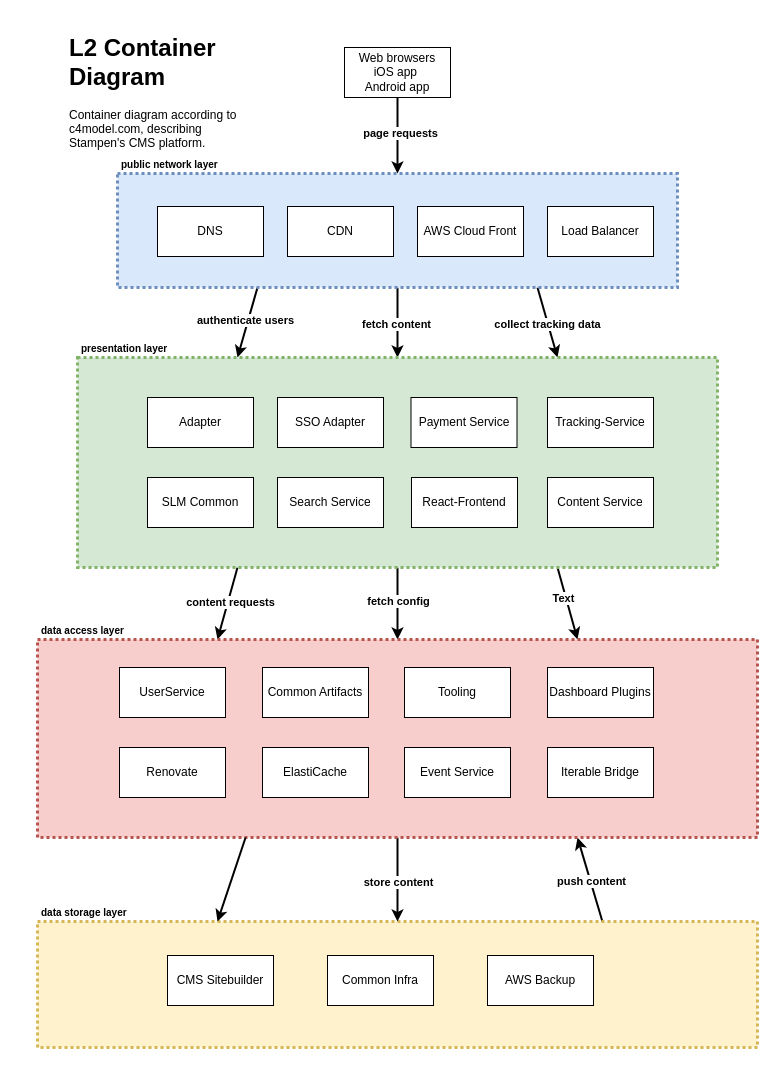
SLM-Development/diagrams keeps this draw.io diagram as L2 component diagram Stampen CMS Platform.drawio. Above is the earlier version. Source tidied: cells renumbered, new cells numbered last; positions are measured from the earlier drawing's top-left corner, leaving out a move shared by most shapes. Both pictures are drawn from the tidied source at 100%, with x=0, y=0 at pixel (37, 27).
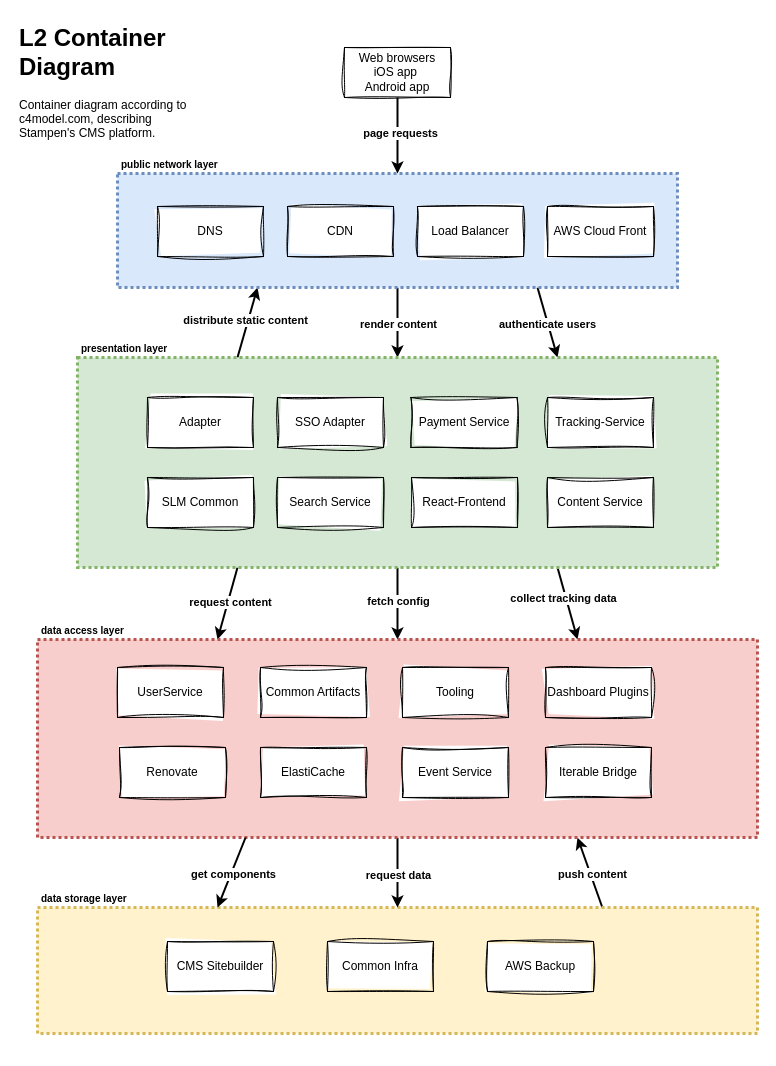
The same diagram, later.

The change refers to these unchanged cells:
```xml
<mxCell id="5" style="edgeStyle=orthogonalEdgeStyle;rounded=0;jettySize=auto;html=1;exitX=0.5;exitY=1;exitDx=0;exitDy=0;entryX=0.5;entryY=0;entryDx=0;entryDy=0;strokeWidth=2;" parent="1" edge="1" source="11" target="18">
  <mxGeometry relative="1" as="geometry" />
</mxCell>
<mxCell id="7" style="rounded=0;jettySize=auto;html=1;exitX=0.75;exitY=1;exitDx=0;exitDy=0;entryX=0.75;entryY=0;entryDx=0;entryDy=0;strokeWidth=2;" parent="1" edge="1" source="11" target="18">
  <mxGeometry relative="1" as="geometry" />
</mxCell>
<mxCell id="11" value="public network layer" style="rounded=0;whiteSpace=wrap;html=1;labelPosition=center;verticalLabelPosition=top;align=left;verticalAlign=bottom;spacingLeft=2;spacingTop=-2;fillColor=#dae8fc;fillStyle=solid;dashed=1;fontSize=10;strokeColor=#6c8ebf;gradientColor=none;fontStyle=1;strokeWidth=3;dashPattern=1 1;" parent="1" vertex="1">
  <mxGeometry x="80" y="146" width="560" height="114" as="geometry" />
</mxCell>
<mxCell id="12" style="rounded=0;jettySize=auto;html=1;exitX=0.25;exitY=1;exitDx=0;exitDy=0;entryX=0.25;entryY=0;entryDx=0;entryDy=0;strokeWidth=2;" parent="1" edge="1" source="18" target="21">
  <mxGeometry relative="1" as="geometry" />
</mxCell>
<mxCell id="16" style="rounded=0;jettySize=auto;html=1;exitX=0.75;exitY=1;exitDx=0;exitDy=0;entryX=0.75;entryY=0;entryDx=0;entryDy=0;strokeWidth=2;" parent="1" edge="1" source="18" target="21">
  <mxGeometry relative="1" as="geometry" />
</mxCell>
<mxCell id="18" value="presentation layer" style="rounded=0;whiteSpace=wrap;html=1;labelPosition=center;verticalLabelPosition=top;align=left;verticalAlign=bottom;spacingLeft=2;spacingTop=-2;fillColor=#d5e8d4;fillStyle=auto;dashed=1;fontSize=10;strokeColor=#82b366;fontStyle=1;strokeWidth=3;dashPattern=1 1;" parent="1" vertex="1">
  <mxGeometry x="40" y="330" width="640" height="210" as="geometry" />
</mxCell>
<mxCell id="19" style="edgeStyle=orthogonalEdgeStyle;rounded=0;jettySize=auto;html=1;exitX=0.5;exitY=1;exitDx=0;exitDy=0;strokeWidth=2;" parent="1" edge="1" source="21" target="4">
  <mxGeometry relative="1" as="geometry" />
</mxCell>
<mxCell id="49" style="rounded=0;jettySize=auto;html=1;exitX=0.289;exitY=1;exitDx=0;exitDy=0;entryX=0.25;entryY=0;entryDx=0;entryDy=0;strokeWidth=2;exitPerimeter=0;" parent="1" edge="1" source="21" target="4">
  <mxGeometry relative="1" as="geometry" />
</mxCell>
```

Change to the diagram source:
```diff
@@
     <mxCell id="4" value="data storage layer" style="rounded=0;whiteSpace=wrap;html=1;labelPosition=center;verticalLabelPosition=top;align=left;verticalAlign=bottom;spacingLeft=2;spacingTop=-2;fillColor=#fff2cc;fillStyle=auto;dashed=1;fontSize=10;strokeColor=#d6b656;fontStyle=1;strokeWidth=3;dashPattern=1 1;" parent="1" vertex="1">
-      <mxGeometry y="894" width="720" height="126" as="geometry" />
+      <mxGeometry y="880" width="720" height="126" as="geometry" />
     </mxCell>
@@
-    <mxCell id="6" value="fetch content" style="edgeLabel;html=1;align=center;verticalAlign=middle;fontStyle=1;" parent="5" vertex="1">
-      <mxGeometry x="0.03" y="-2" relative="1" as="geometry" />
+    <mxCell id="6" value="render content" style="edgeLabel;html=1;align=center;verticalAlign=middle;fontStyle=1;" parent="5" vertex="1">
+      <mxGeometry x="0.03" y="-2" relative="1" as="geometry">
+        <mxPoint x="2" as="offset" />
+      </mxGeometry>
     </mxCell>
@@
-    <mxCell id="8" value="collect tracking data" style="edgeLabel;html=1;align=center;verticalAlign=middle;fontStyle=1;" parent="7" vertex="1">
+    <mxCell id="8" value="authenticate users" style="edgeLabel;html=1;align=center;verticalAlign=middle;fontStyle=1;" parent="7" vertex="1">
       <mxGeometry x="0.05" y="-1" relative="1" as="geometry" />
     </mxCell>
-    <mxCell id="9" style="rounded=0;jettySize=auto;html=1;exitX=0.25;exitY=1;exitDx=0;exitDy=0;entryX=0.25;entryY=0;entryDx=0;entryDy=0;strokeWidth=2;" parent="1" edge="1" source="11" target="18">
+    <mxCell id="9" style="rounded=0;jettySize=auto;html=1;exitX=0.25;exitY=1;exitDx=0;exitDy=0;entryX=0.25;entryY=0;entryDx=0;entryDy=0;strokeWidth=2;startArrow=classic;startFill=1;endArrow=none;" parent="1" edge="1" source="11" target="18">
       <mxGeometry relative="1" as="geometry" />
     </mxCell>
-    <mxCell id="10" value="authenticate users" style="edgeLabel;html=1;align=center;verticalAlign=middle;fontStyle=1;" parent="9" vertex="1">
+    <mxCell id="10" value="distribute static content" style="edgeLabel;html=1;align=center;verticalAlign=middle;fontStyle=1;" parent="9" vertex="1">
       <mxGeometry x="-0.04" y="-3" relative="1" as="geometry" />
     </mxCell>
@@
-    <mxCell id="13" value="content requests" style="edgeLabel;html=1;align=center;verticalAlign=middle;fontStyle=1;" parent="12" vertex="1">
+    <mxCell id="13" value="request content" style="edgeLabel;html=1;align=center;verticalAlign=middle;fontStyle=1;" parent="12" vertex="1">
       <mxGeometry x="-0.06" y="2" relative="1" as="geometry" />
     </mxCell>
@@
-    <mxCell id="17" value="Text" style="edgeLabel;html=1;align=center;verticalAlign=middle;fontStyle=1;" parent="16" vertex="1">
+    <mxCell id="17" value="collect tracking data" style="edgeLabel;html=1;align=center;verticalAlign=middle;fontStyle=1;" parent="16" vertex="1">
       <mxGeometry x="-0.16" y="-3" relative="1" as="geometry" />
     </mxCell>
@@
-    <mxCell id="20" value="&lt;b&gt;store content&lt;/b&gt;" style="edgeLabel;html=1;align=center;verticalAlign=middle;" parent="19" vertex="1">
+    <mxCell id="20" value="&lt;b&gt;request data&lt;/b&gt;" style="edgeLabel;html=1;align=center;verticalAlign=middle;" parent="19" vertex="1">
       <mxGeometry x="0.08" y="1" relative="1" as="geometry">
         <mxPoint x="-1" y="-1" as="offset" />
       </mxGeometry>
     </mxCell>
@@
-    <mxCell id="22" value="SSO Adapter" style="rounded=0;whiteSpace=wrap;html=1;" parent="1" vertex="1">
+    <mxCell id="22" value="SSO Adapter" style="rounded=0;whiteSpace=wrap;html=1;sketch=1;curveFitting=1;jiggle=2;" parent="1" vertex="1">
       <mxGeometry x="240" y="370" width="106" height="50" as="geometry" />
     </mxCell>
-    <mxCell id="23" value="UserService" style="rounded=0;whiteSpace=wrap;html=1;" parent="1" vertex="1">
-      <mxGeometry x="82" y="640" width="106" height="50" as="geometry" />
+    <mxCell id="23" value="UserService" style="rounded=0;whiteSpace=wrap;html=1;strokeWidth=1;sketch=1;curveFitting=1;jiggle=2;" parent="1" vertex="1">
+      <mxGeometry x="80" y="640" width="106" height="50" as="geometry" />
     </mxCell>
-    <mxCell id="24" value="Tracking-Service" style="rounded=0;whiteSpace=wrap;html=1;" parent="1" vertex="1">
+    <mxCell id="24" value="Tracking-Service" style="rounded=0;whiteSpace=wrap;html=1;sketch=1;curveFitting=1;jiggle=2;" parent="1" vertex="1">
       <mxGeometry x="510" y="370" width="106" height="50" as="geometry" />
     </mxCell>
@@
-    <mxCell id="27" value="Web browsers&lt;div&gt;iOS app&amp;nbsp;&lt;/div&gt;&lt;div&gt;Android app&lt;/div&gt;" style="rounded=0;whiteSpace=wrap;html=1;" parent="1" vertex="1">
+    <mxCell id="27" value="Web browsers&lt;div&gt;iOS app&amp;nbsp;&lt;/div&gt;&lt;div&gt;Android app&lt;/div&gt;" style="rounded=0;whiteSpace=wrap;html=1;sketch=1;curveFitting=1;jiggle=2;" parent="1" vertex="1">
       <mxGeometry x="307" y="20" width="106" height="50" as="geometry" />
     </mxCell>
-    <mxCell id="28" value="AWS Cloud Front" style="rounded=0;whiteSpace=wrap;html=1;" parent="1" vertex="1">
-      <mxGeometry x="380" y="179" width="106" height="50" as="geometry" />
+    <mxCell id="28" value="AWS Cloud Front" style="rounded=0;whiteSpace=wrap;html=1;sketch=1;curveFitting=1;jiggle=2;" parent="1" vertex="1">
+      <mxGeometry x="510" y="179" width="106" height="50" as="geometry" />
     </mxCell>
-    <mxCell id="29" value="Payment Service" style="rounded=0;whiteSpace=wrap;html=1;" parent="1" vertex="1">
+    <mxCell id="29" value="Payment Service" style="rounded=0;whiteSpace=wrap;html=1;sketch=1;curveFitting=1;jiggle=2;" parent="1" vertex="1">
       <mxGeometry x="373.5" y="370" width="106" height="50" as="geometry" />
     </mxCell>
-    <mxCell id="30" value="CDN" style="rounded=0;whiteSpace=wrap;html=1;" parent="1" vertex="1">
+    <mxCell id="30" value="CDN" style="rounded=0;whiteSpace=wrap;html=1;sketch=1;curveFitting=1;jiggle=2;" parent="1" vertex="1">
       <mxGeometry x="250" y="179" width="106" height="50" as="geometry" />
     </mxCell>
-    <mxCell id="31" value="Content Service" style="rounded=0;whiteSpace=wrap;html=1;" parent="1" vertex="1">
+    <mxCell id="31" value="Content Service" style="rounded=0;whiteSpace=wrap;html=1;sketch=1;curveFitting=1;jiggle=2;" parent="1" vertex="1">
       <mxGeometry x="510" y="450" width="106" height="50" as="geometry" />
     </mxCell>
-    <mxCell id="32" value="Search&amp;nbsp;Service" style="rounded=0;whiteSpace=wrap;html=1;" parent="1" vertex="1">
+    <mxCell id="32" value="Search&amp;nbsp;Service" style="rounded=0;whiteSpace=wrap;html=1;sketch=1;curveFitting=1;jiggle=2;" parent="1" vertex="1">
       <mxGeometry x="240" y="450" width="106" height="50" as="geometry" />
     </mxCell>
-    <mxCell id="33" value="SLM Common" style="rounded=0;whiteSpace=wrap;html=1;" parent="1" vertex="1">
+    <mxCell id="33" value="SLM Common" style="rounded=0;whiteSpace=wrap;html=1;sketch=1;curveFitting=1;jiggle=2;" parent="1" vertex="1">
       <mxGeometry x="110" y="450" width="106" height="50" as="geometry" />
     </mxCell>
-    <mxCell id="34" value="Common Infra" style="rounded=0;whiteSpace=wrap;html=1;" parent="1" vertex="1">
-      <mxGeometry x="290" y="928" width="106" height="50" as="geometry" />
+    <mxCell id="34" value="Common Infra" style="rounded=0;whiteSpace=wrap;html=1;sketch=1;curveFitting=1;jiggle=2;" parent="1" vertex="1">
+      <mxGeometry x="290" y="914" width="106" height="50" as="geometry" />
     </mxCell>
-    <mxCell id="35" value="Adapter" style="rounded=0;whiteSpace=wrap;html=1;" parent="1" vertex="1">
+    <mxCell id="35" value="Adapter" style="rounded=0;whiteSpace=wrap;html=1;sketch=1;curveFitting=1;jiggle=2;" parent="1" vertex="1">
       <mxGeometry x="110" y="370" width="106" height="50" as="geometry" />
     </mxCell>
-    <mxCell id="36" value="Common Artifacts" style="rounded=0;whiteSpace=wrap;html=1;" parent="1" vertex="1">
-      <mxGeometry x="225" y="640" width="106" height="50" as="geometry" />
+    <mxCell id="36" value="Common Artifacts" style="rounded=0;whiteSpace=wrap;html=1;sketch=1;curveFitting=1;jiggle=2;" parent="1" vertex="1">
+      <mxGeometry x="223" y="640" width="106" height="50" as="geometry" />
     </mxCell>
-    <mxCell id="37" value="Tooling" style="rounded=0;whiteSpace=wrap;html=1;" parent="1" vertex="1">
-      <mxGeometry x="367" y="640" width="106" height="50" as="geometry" />
+    <mxCell id="37" value="Tooling" style="rounded=0;whiteSpace=wrap;html=1;sketch=1;curveFitting=1;jiggle=2;" parent="1" vertex="1">
+      <mxGeometry x="365" y="640" width="106" height="50" as="geometry" />
     </mxCell>
-    <mxCell id="38" value="Dashboard Plugins" style="rounded=0;whiteSpace=wrap;html=1;" parent="1" vertex="1">
-      <mxGeometry x="510" y="640" width="106" height="50" as="geometry" />
+    <mxCell id="38" value="Dashboard Plugins" style="rounded=0;whiteSpace=wrap;html=1;sketch=1;curveFitting=1;jiggle=2;" parent="1" vertex="1">
+      <mxGeometry x="508" y="640" width="106" height="50" as="geometry" />
     </mxCell>
-    <mxCell id="39" value="Renovate" style="rounded=0;whiteSpace=wrap;html=1;" parent="1" vertex="1">
+    <mxCell id="39" value="Renovate" style="rounded=0;whiteSpace=wrap;html=1;sketch=1;curveFitting=1;jiggle=2;" parent="1" vertex="1">
       <mxGeometry x="82" y="720" width="106" height="50" as="geometry" />
     </mxCell>
-    <mxCell id="40" value="ElastiCache" style="rounded=0;whiteSpace=wrap;html=1;" parent="1" vertex="1">
-      <mxGeometry x="225" y="720" width="106" height="50" as="geometry" />
+    <mxCell id="40" value="ElastiCache" style="rounded=0;whiteSpace=wrap;html=1;sketch=1;curveFitting=1;jiggle=2;" parent="1" vertex="1">
+      <mxGeometry x="223" y="720" width="106" height="50" as="geometry" />
     </mxCell>
-    <mxCell id="41" value="CMS Sitebuilder" style="rounded=0;whiteSpace=wrap;html=1;" parent="1" vertex="1">
-      <mxGeometry x="130" y="928" width="106" height="50" as="geometry" />
+    <mxCell id="41" value="CMS Sitebuilder" style="rounded=0;whiteSpace=wrap;html=1;sketch=1;curveFitting=1;jiggle=2;" parent="1" vertex="1">
+      <mxGeometry x="130" y="914" width="106" height="50" as="geometry" />
     </mxCell>
-    <mxCell id="42" value="React-Frontend" style="rounded=0;whiteSpace=wrap;html=1;" parent="1" vertex="1">
+    <mxCell id="42" value="React-Frontend" style="rounded=0;whiteSpace=wrap;html=1;sketch=1;curveFitting=1;jiggle=2;" parent="1" vertex="1">
       <mxGeometry x="374" y="450" width="106" height="50" as="geometry" />
     </mxCell>
-    <mxCell id="43" value="Iterable Bridge" style="rounded=0;whiteSpace=wrap;html=1;" parent="1" vertex="1">
-      <mxGeometry x="510" y="720" width="106" height="50" as="geometry" />
+    <mxCell id="43" value="Iterable Bridge" style="rounded=0;whiteSpace=wrap;html=1;sketch=1;curveFitting=1;jiggle=2;" parent="1" vertex="1">
+      <mxGeometry x="508" y="720" width="106" height="50" as="geometry" />
     </mxCell>
-    <mxCell id="44" value="AWS Backup" style="rounded=0;whiteSpace=wrap;html=1;" parent="1" vertex="1">
-      <mxGeometry x="450" y="928" width="106" height="50" as="geometry" />
+    <mxCell id="44" value="AWS Backup" style="rounded=0;whiteSpace=wrap;html=1;sketch=1;curveFitting=1;jiggle=2;" parent="1" vertex="1">
+      <mxGeometry x="450" y="914" width="106" height="50" as="geometry" />
     </mxCell>
-    <mxCell id="45" value="Event Service" style="rounded=0;whiteSpace=wrap;html=1;" parent="1" vertex="1">
-      <mxGeometry x="367" y="720" width="106" height="50" as="geometry" />
+    <mxCell id="45" value="Event Service" style="rounded=0;whiteSpace=wrap;html=1;sketch=1;curveFitting=1;jiggle=2;" parent="1" vertex="1">
+      <mxGeometry x="365" y="720" width="106" height="50" as="geometry" />
     </mxCell>
-    <mxCell id="46" value="DNS" style="rounded=0;whiteSpace=wrap;html=1;" parent="1" vertex="1">
+    <mxCell id="46" value="DNS" style="rounded=0;whiteSpace=wrap;html=1;sketch=1;curveFitting=1;jiggle=2;" parent="1" vertex="1">
       <mxGeometry x="120" y="179" width="106" height="50" as="geometry" />
     </mxCell>
-    <mxCell id="47" value="Load Balancer" style="rounded=0;whiteSpace=wrap;html=1;" parent="1" vertex="1">
-      <mxGeometry x="510" y="179" width="106" height="50" as="geometry" />
+    <mxCell id="47" value="Load Balancer" style="rounded=0;whiteSpace=wrap;html=1;sketch=1;curveFitting=1;jiggle=2;" parent="1" vertex="1">
+      <mxGeometry x="380" y="179" width="106" height="50" as="geometry" />
     </mxCell>
     <mxCell id="48" value="&lt;h1 style=&quot;margin-top: 0px;&quot;&gt;L2 Container Diagram&lt;/h1&gt;&lt;p&gt;Container diagram according to c4model.com, describing Stampen's CMS platform.&lt;/p&gt;" style="text;html=1;whiteSpace=wrap;overflow=hidden;rounded=0;" parent="1" vertex="1">
-      <mxGeometry x="30" width="190" height="120" as="geometry" />
+      <mxGeometry x="-20" y="-10" width="190" height="120" as="geometry" />
     </mxCell>
@@
+    <mxCell id="50" value="get components" style="edgeLabel;html=1;align=center;verticalAlign=middle;fontStyle=1;" parent="49" vertex="1">
+      <mxGeometry x="0.01" y="2" relative="1" as="geometry" />
+    </mxCell>
```
